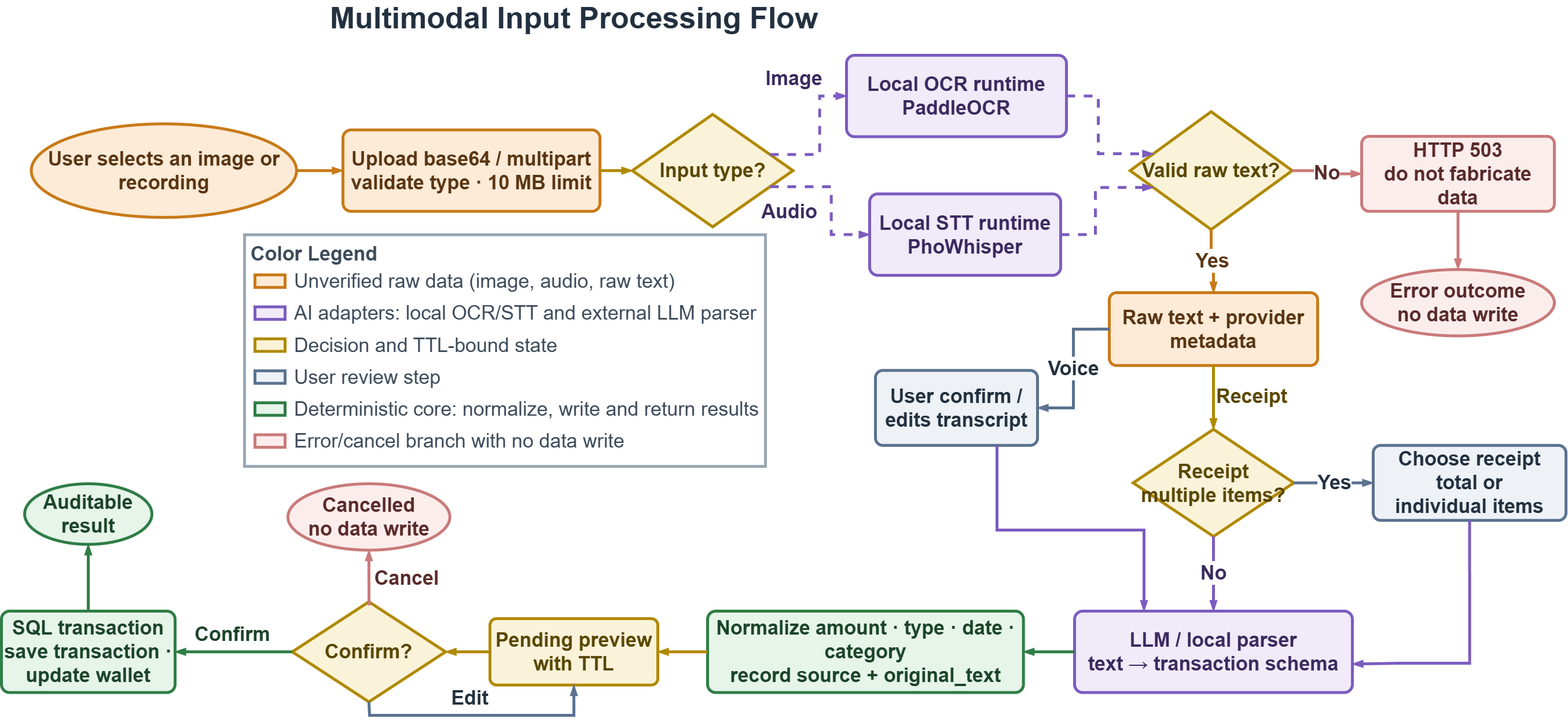
Before: latex/figures/drawio/09-multimodal-flow.png, a diagram exported from draw.io (ngthtrong/perfin-nienluan). Source tidied: cells renumbered, new cells last; positions are measured from the earlier drawing's top-left corner, leaving out a move shared by most shapes.
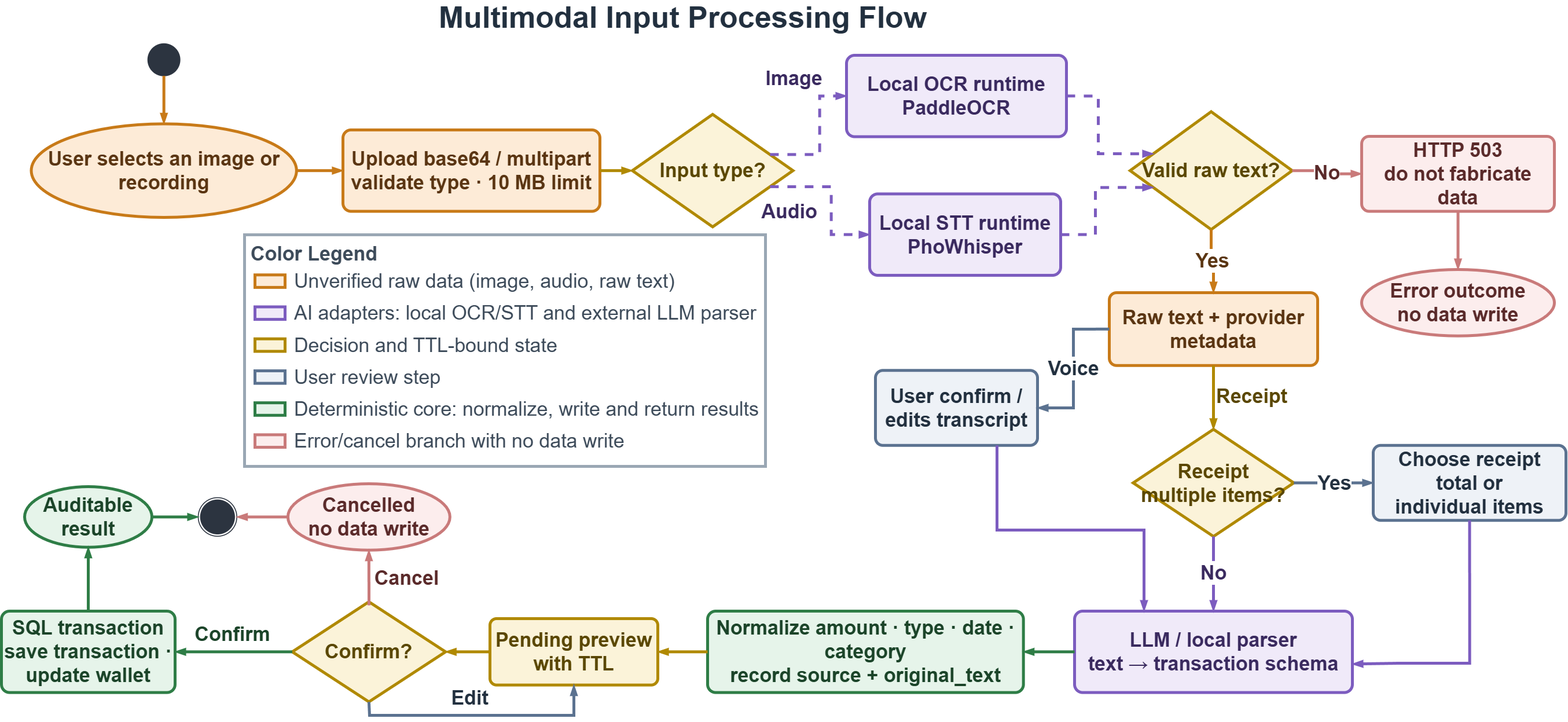
After the change.

Change to the diagram source:
```diff
@@ -3,7 +3,7 @@
     <mxCell id="0" />
     <mxCell id="1" parent="0" />
     <mxCell id="2" value="&lt;span&gt;Multimodal Input Processing Flow&lt;/span&gt;" style="text;html=1;align=center;verticalAlign=middle;fontSize=52;fontColor=#22303F;fontStyle=1;strokeWidth=5;" parent="1" vertex="1">
-      <mxGeometry x="64" y="-0.4" width="1850" height="51.8" as="geometry" />
+      <mxGeometry x="440" y="-0.4" width="1474" height="51.8" as="geometry" />
     </mxCell>
     <mxCell id="3" value="User selects an image or recording" style="ellipse;whiteSpace=wrap;html=1;spacing=5;fillColor=#FDEBD7;strokeColor=#C87A18;fontColor=#5A3512;fontSize=34;strokeWidth=5;fontStyle=1;" parent="1" vertex="1">
       <mxGeometry x="51.5" y="208.4" width="458.3" height="161.6" as="geometry" />
@@ -57,7 +57,7 @@
       <mxGeometry y="1050" width="300" height="140.6" as="geometry" />
     </mxCell>
     <mxCell id="20" value="Auditable result" style="ellipse;whiteSpace=wrap;html=1;spacing=5;fillColor=#E6F4EA;strokeColor=#2E7D46;fontColor=#1B4429;fontSize=34;strokeWidth=5;fontStyle=1;" parent="1" vertex="1">
-      <mxGeometry x="40" y="830" width="220" height="104.7" as="geometry" />
+      <mxGeometry x="40" y="835" width="220" height="104.7" as="geometry" />
     </mxCell>
     <mxCell id="21" value="Cancelled&#10;no data write" style="ellipse;whiteSpace=wrap;html=1;spacing=5;fillColor=#FCEDED;strokeColor=#C97A7A;fontColor=#5A2A2A;fontSize=34;strokeWidth=5;fontStyle=1;" parent="1" vertex="1">
       <mxGeometry x="494.9" y="830" width="280" height="114.7" as="geometry" />
@@ -193,5 +193,25 @@
     <mxCell id="57" value="Error/cancel branch with no data write" style="text;html=1;align=left;verticalAlign=middle;fontSize=34;fontColor=#3D4B5A;whiteSpace=wrap;fontStyle=0;strokeWidth=5;" parent="44" vertex="1">
       <mxGeometry x="84" y="337.8" width="766" height="36.7" as="geometry" />
     </mxCell>
+    <mxCell id="58" style="ellipse;html=1;fillColor=#2C3440;strokeColor=#2C3440;strokeWidth=1.4;fontSize=28;" parent="1" vertex="1">
+      <mxGeometry x="252.9" y="70" width="55.5" height="55.5" as="geometry" />
+    </mxCell>
+    <mxCell id="59" style="ellipse;shape=endState;html=1;fillColor=#2C3440;strokeColor=#2C3440;strokeWidth=1.6;fontSize=28;" parent="1" vertex="1">
+      <mxGeometry x="340" y="854" width="66.6" height="66.6" as="geometry" />
+    </mxCell>
+    <mxCell id="60" style="edgeStyle=orthogonalEdgeStyle;rounded=0;curved=0;jettySize=auto;html=1;strokeColor=#C97A7A;fontColor=#5A2A2A;fontSize=34;labelBackgroundColor=#FFFFFF;strokeWidth=5;endArrow=blockThin;endFill=1;entryX=1;entryY=0.5;entryDx=0;entryDy=0;fontStyle=1;exitX=0;exitY=0.5;exitDx=0;exitDy=0;" parent="1" edge="1" source="21" target="59">
+      <mxGeometry x="0.07" y="-65" relative="1" as="geometry">
+        <Array as="points">
+          <mxPoint x="470" y="887" />
+          <mxPoint x="470" y="887" />
+        </Array>
+      </mxGeometry>
+    </mxCell>
+    <mxCell id="61" style="edgeStyle=orthogonalEdgeStyle;rounded=0;curved=0;jettySize=auto;html=1;strokeColor=#2E7D46;fontColor=#1B4429;fontSize=34;labelBackgroundColor=#FFFFFF;strokeWidth=5;endArrow=blockThin;endFill=1;exitX=1;exitY=0.5;exitDx=0;exitDy=0;entryX=0;entryY=0.5;entryDx=0;entryDy=0;fontStyle=1;" parent="1" edge="1" source="20" target="59">
+      <mxGeometry relative="1" as="geometry" />
+    </mxCell>
+    <mxCell id="62" style="edgeStyle=orthogonalEdgeStyle;rounded=0;curved=0;jettySize=auto;html=1;strokeColor=#C87A18;fontColor=#5A3512;fontSize=34;labelBackgroundColor=#FFFFFF;strokeWidth=5;endArrow=blockThin;endFill=1;exitX=0.5;exitY=1;exitDx=0;exitDy=0;entryX=0.5;entryY=0;entryDx=0;entryDy=0;fontStyle=1;" parent="1" edge="1" source="58" target="3">
+      <mxGeometry relative="1" as="geometry" />
+    </mxCell>
   </root>
 </mxGraphModel>
```
